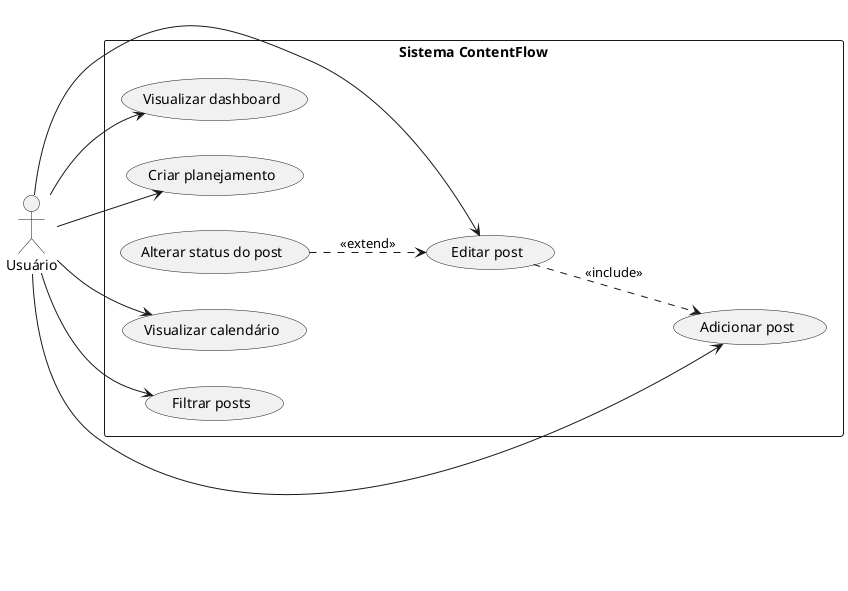
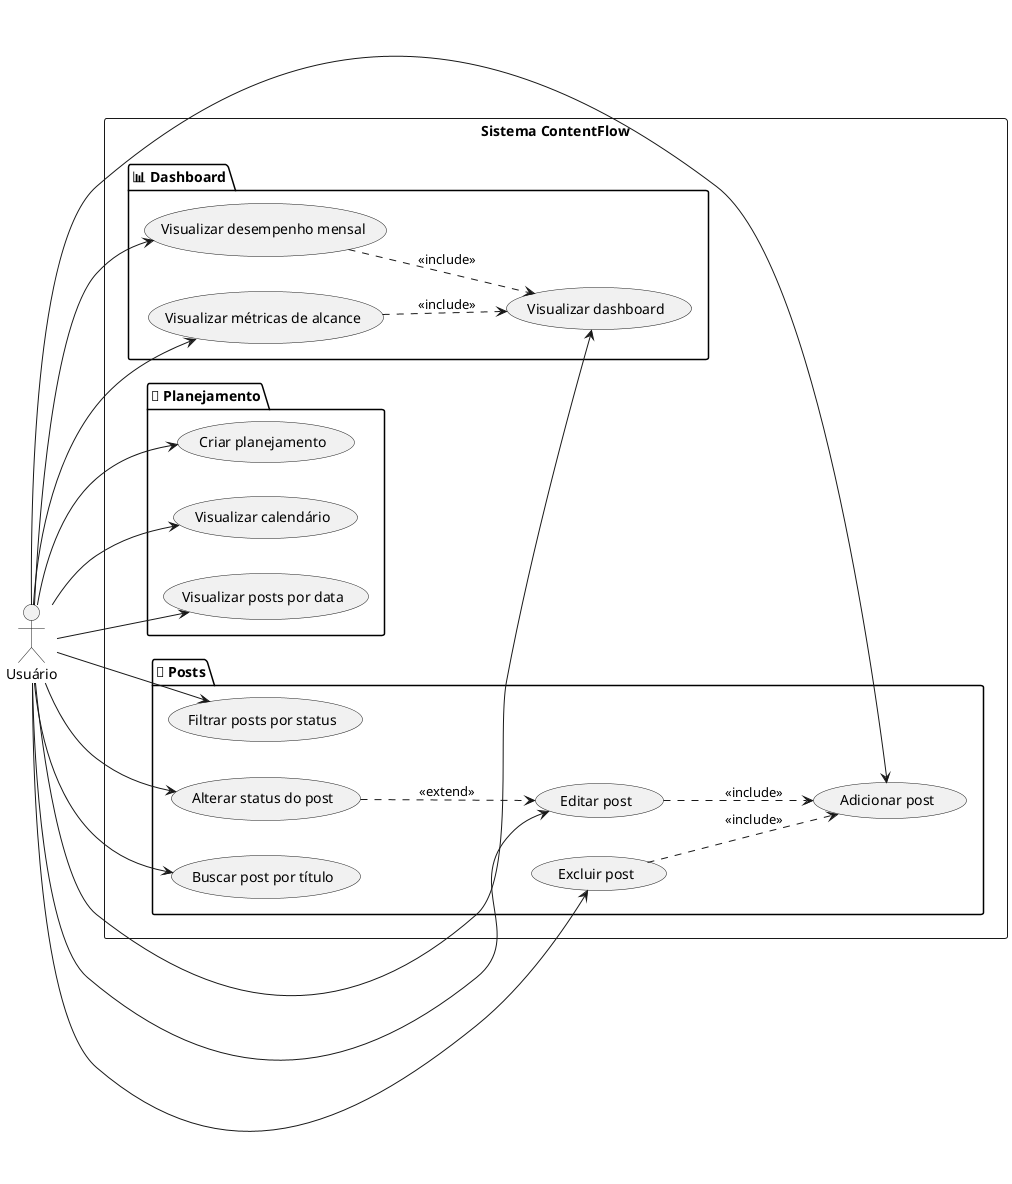
@startuml
left to right direction

actor "Usuário" as Usuario

rectangle "Sistema ContentFlow" {

-   (Criar planejamento) as CP
-   (Visualizar calendário) as VC
-   (Adicionar post) as AP
-   (Editar post) as EP
-   (Alterar status do post) as SP
-   (Filtrar posts) as FP
-   (Visualizar dashboard) as VD
+   package "📅 Planejamento" {
+ 
+     (Criar planejamento) as CP
+     (Visualizar calendário) as VC
+     (Visualizar posts por data) as VPD
+ 
+   }
+ 
+   package "📝 Posts" {
+ 
+     (Adicionar post) as AP
+     (Editar post) as EP
+     (Excluir post) as EX
+     (Alterar status do post) as SP
+     (Buscar post por título) as BP
+     (Filtrar posts por status) as FP
+ 
+   }
+ 
+   package "📊 Dashboard" {
+ 
+     (Visualizar dashboard) as VD
+     (Visualizar desempenho mensal) as VM
+     (Visualizar métricas de alcance) as MA
+ 
+   }

}

Usuario --> CP
Usuario --> VC
+ Usuario --> VPD
+ 
Usuario --> AP
Usuario --> EP
+ Usuario --> EX
+ Usuario --> SP
+ Usuario --> BP
Usuario --> FP
+ 
Usuario --> VD
+ Usuario --> VM
+ Usuario --> MA

- EP ..> AP : <<include>> /' Editar post inclui a funcionalidade de adicionar post '/
- SP ..> EP : <<extend>> /' Alterar status do post é uma extensão da funcionalidade de editar post '/
+ 
+ EP ..> AP : <<include>>
+ EX ..> AP : <<include>>
+ SP ..> EP : <<extend>>
+ 
+ VM ..> VD : <<include>>
+ MA ..> VD : <<include>>

@enduml